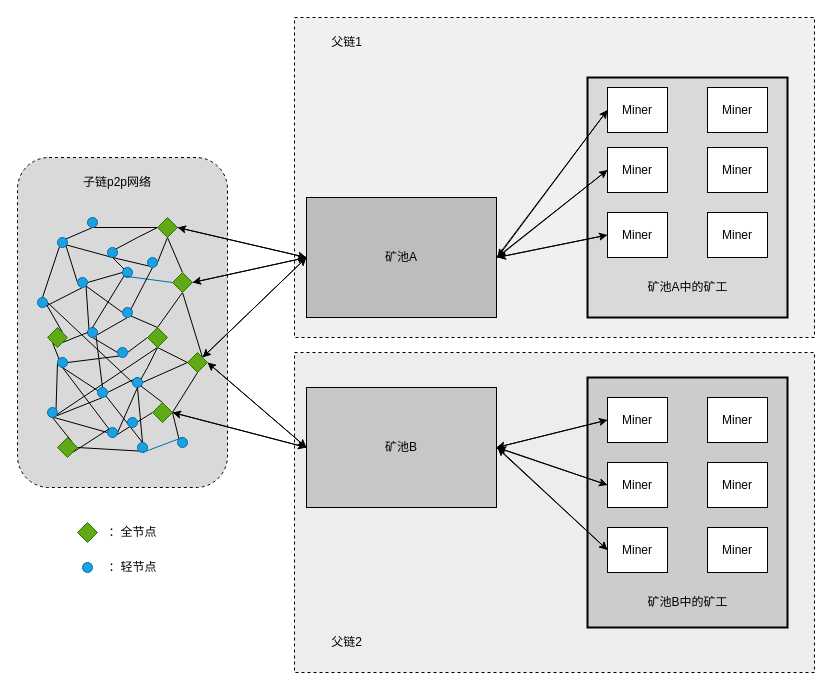
Before: auxnet.drawio in weihanby/Hello_Fudan, a draw.io diagram. Source tidied: cells renumbered, new cells numbered last; positions are measured from the earlier drawing's top-left corner, leaving out a move shared by most shapes. Both pictures are drawn from the tidied source at 100%, with x=0, y=0 at pixel (17, 17).
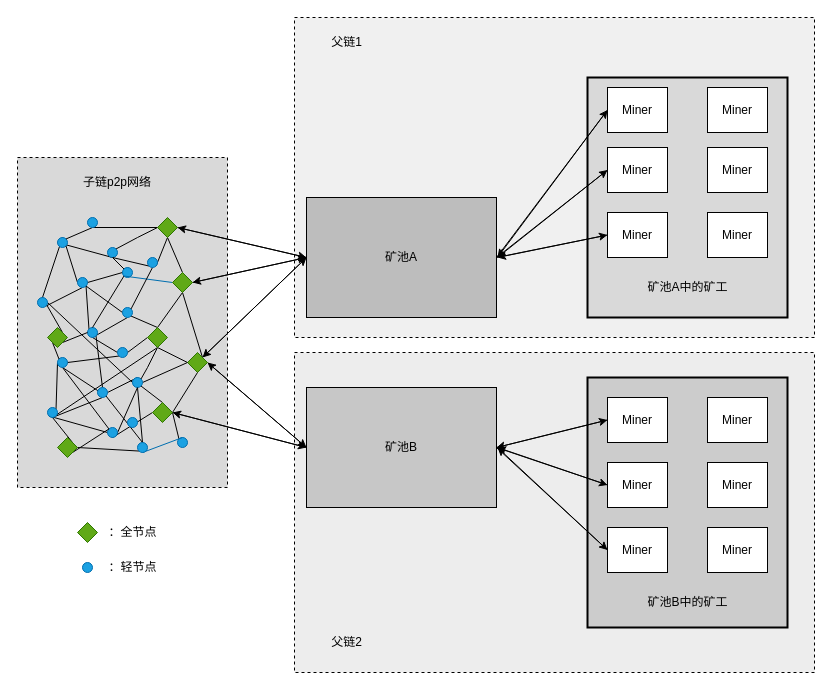
After the change.

The edit, as a diff of the source:
```diff
@@
-    <mxCell id="4" style="whiteSpace=wrap;html=1;rounded=1;glass=0;shadow=0;fillColor=#D9D9D9;dashed=1;" parent="1" vertex="1">
+    <mxCell id="4" style="whiteSpace=wrap;html=1;rounded=0;glass=0;shadow=0;fillColor=#D9D9D9;dashed=1;" parent="1" vertex="1">
       <mxGeometry y="140" width="210" height="330" as="geometry" />
     </mxCell>
```
